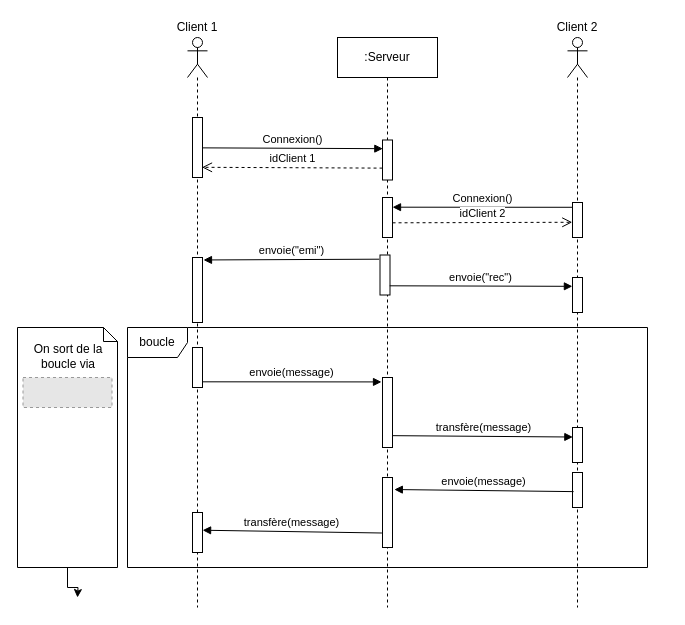
Before: Other/diagramme/Diagramme sequence.drawio in LaurenUnq/FAR---Projet, a draw.io diagram. Source tidied: cells renumbered, new cells numbered last; positions are measured from the earlier drawing's top-left corner, leaving out a move shared by most shapes. Both pictures are drawn from the tidied source at 100%, with x=0, y=0 at pixel (17, 17). Pictures stored in the file or linked from it are replaced by grey dashed boxes.
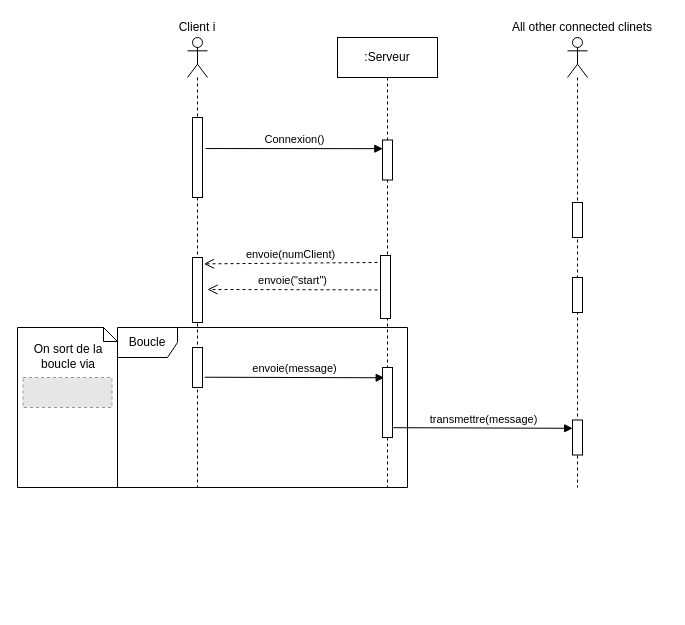
The same diagram, later.

Commit message (it also covers changes not shown here):
Modification diagrammes

Unchanged cells that the change refers to:
```xml
<mxCell id="3" style="html=1;points=[];perimeter=orthogonalPerimeter;" parent="2" vertex="1">
  <mxGeometry x="45" y="102.5" width="10" height="40" as="geometry" />
</mxCell>
<mxCell id="8" style="html=1;points=[];perimeter=orthogonalPerimeter;" parent="6" vertex="1">
  <mxGeometry x="5" y="220" width="10" height="65" as="geometry" />
</mxCell>
<mxCell id="10" style="html=1;points=[];perimeter=orthogonalPerimeter;" parent="9" vertex="1">
  <mxGeometry x="5" y="165" width="10" height="35" as="geometry" />
</mxCell>
<mxCell id="11" style="html=1;points=[];perimeter=orthogonalPerimeter;" parent="9" vertex="1">
  <mxGeometry x="5" y="240" width="10" height="35" as="geometry" />
</mxCell>
<mxCell id="19" style="html=1;points=[];perimeter=orthogonalPerimeter;" parent="1" vertex="1">
  <mxGeometry x="175" y="330" width="10" height="40" as="geometry" />
</mxCell>
```

Diff of the diagram source:
```diff
@@
     <mxCell id="2" value=":Serveur" style="shape=umlLifeline;perimeter=lifelinePerimeter;whiteSpace=wrap;html=1;" parent="1" vertex="1">
-      <mxGeometry x="320" y="20" width="100" height="570" as="geometry" />
+      <mxGeometry x="320" y="20" width="100" height="450" as="geometry" />
     </mxCell>
@@
-    <mxCell id="4" style="html=1;points=[];perimeter=orthogonalPerimeter;" parent="2" vertex="1">
-      <mxGeometry x="45" y="160" width="10" height="40" as="geometry" />
-    </mxCell>
     <mxCell id="5" style="html=1;points=[];perimeter=orthogonalPerimeter;" parent="2" vertex="1">
-      <mxGeometry x="42.5" y="217.5" width="10" height="40" as="geometry" />
+      <mxGeometry x="43" y="218" width="10" height="63" as="geometry" />
     </mxCell>
     <mxCell id="6" style="shape=umlLifeline;participant=umlActor;perimeter=lifelinePerimeter;whiteSpace=wrap;html=1;verticalAlign=top;spacingTop=36;labelBackgroundColor=#ffffff;" parent="1" vertex="1">
-      <mxGeometry x="170" y="20" width="20" height="570" as="geometry" />
+      <mxGeometry x="170" y="20" width="20" height="450" as="geometry" />
     </mxCell>
     <mxCell id="7" style="html=1;points=[];perimeter=orthogonalPerimeter;" parent="6" vertex="1">
-      <mxGeometry x="5" y="80" width="10" height="60" as="geometry" />
+      <mxGeometry x="5" y="80" width="10" height="80" as="geometry" />
     </mxCell>
@@
     <mxCell id="9" style="shape=umlLifeline;participant=umlActor;perimeter=lifelinePerimeter;whiteSpace=wrap;html=1;verticalAlign=top;spacingTop=36;labelBackgroundColor=#ffffff;" parent="1" vertex="1">
-      <mxGeometry x="550" y="20" width="20" height="570" as="geometry" />
+      <mxGeometry x="550" y="20" width="20" height="450" as="geometry" />
     </mxCell>
@@
-    <mxCell id="12" value="Connexion()" style="html=1;verticalAlign=bottom;endArrow=block;entryX=0.033;entryY=0.217;entryDx=0;entryDy=0;entryPerimeter=0;exitX=0.978;exitY=0.506;exitDx=0;exitDy=0;exitPerimeter=0;" parent="1" edge="1" source="7" target="3">
+    <mxCell id="12" value="Connexion()" style="html=1;verticalAlign=bottom;endArrow=block;entryX=0.033;entryY=0.217;entryDx=0;entryDy=0;entryPerimeter=0;exitX=1.3;exitY=0.388;exitDx=0;exitDy=0;exitPerimeter=0;" parent="1" edge="1" source="7" target="3">
       <mxGeometry relative="1" as="geometry" />
     </mxCell>
-    <mxCell id="13" value="idClient 1" style="html=1;verticalAlign=bottom;endArrow=open;dashed=1;endSize=8;exitX=0.006;exitY=0.703;exitDx=0;exitDy=0;exitPerimeter=0;entryX=0.95;entryY=0.83;entryDx=0;entryDy=0;entryPerimeter=0;" parent="1" edge="1" source="3" target="7">
-      <mxGeometry relative="1" as="geometry" />
-    </mxCell>
-    <mxCell id="14" value="Connexion()" style="html=1;verticalAlign=bottom;endArrow=block;exitX=0.006;exitY=0.137;exitDx=0;exitDy=0;exitPerimeter=0;entryX=1.003;entryY=0.242;entryDx=0;entryDy=0;entryPerimeter=0;" parent="1" edge="1" source="10" target="4">
-      <mxGeometry relative="1" as="geometry" />
-    </mxCell>
-    <mxCell id="15" value="idClient 2&lt;br&gt;" style="html=1;verticalAlign=bottom;endArrow=open;dashed=1;endSize=8;entryX=-0.022;entryY=0.565;entryDx=0;entryDy=0;entryPerimeter=0;exitX=1.006;exitY=0.633;exitDx=0;exitDy=0;exitPerimeter=0;" parent="1" edge="1" source="4" target="10">
-      <mxGeometry relative="1" as="geometry" />
-    </mxCell>
-    <mxCell id="16" value="envoie(&quot;rec&quot;)" style="html=1;verticalAlign=bottom;endArrow=block;exitX=0.971;exitY=0.77;exitDx=0;exitDy=0;exitPerimeter=0;entryX=-0.011;entryY=0.252;entryDx=0;entryDy=0;entryPerimeter=0;" parent="1" edge="1" source="5" target="11">
-      <mxGeometry relative="1" as="geometry" />
-    </mxCell>
-    <mxCell id="17" value="envoie(&quot;emi&quot;)" style="html=1;verticalAlign=bottom;endArrow=block;exitX=-0.077;exitY=0.105;exitDx=0;exitDy=0;exitPerimeter=0;entryX=1.1;entryY=0.038;entryDx=0;entryDy=0;entryPerimeter=0;" parent="1" edge="1" source="5" target="8">
-      <mxGeometry relative="1" as="geometry" />
-    </mxCell>
-    <mxCell id="18" value="boucle" style="shape=umlFrame;whiteSpace=wrap;html=1;" parent="1" vertex="1">
-      <mxGeometry x="110" y="310" width="520" height="240" as="geometry" />
-    </mxCell>
@@
-    <mxCell id="20" value="envoie(message)" style="html=1;verticalAlign=bottom;endArrow=block;exitX=1.033;exitY=0.858;exitDx=0;exitDy=0;exitPerimeter=0;entryX=-0.1;entryY=0.063;entryDx=0;entryDy=0;entryPerimeter=0;" parent="1" edge="1" source="19" target="21">
-      <mxGeometry relative="1" as="geometry" />
-    </mxCell>
     <mxCell id="21" style="html=1;points=[];perimeter=orthogonalPerimeter;" parent="1" vertex="1">
-      <mxGeometry x="365" y="360" width="10" height="70" as="geometry" />
+      <mxGeometry x="365" y="350" width="10" height="70" as="geometry" />
     </mxCell>
     <mxCell id="22" style="html=1;points=[];perimeter=orthogonalPerimeter;" parent="1" vertex="1">
-      <mxGeometry x="555" y="410" width="10" height="35" as="geometry" />
+      <mxGeometry x="555" y="402.5" width="10" height="35" as="geometry" />
     </mxCell>
-    <mxCell id="23" value="transfère(message)" style="html=1;verticalAlign=bottom;endArrow=block;exitX=1.051;exitY=0.831;exitDx=0;exitDy=0;exitPerimeter=0;entryX=0.033;entryY=0.272;entryDx=0;entryDy=0;entryPerimeter=0;" parent="1" edge="1" source="21" target="22">
-      <mxGeometry relative="1" as="geometry" />
-    </mxCell>
-    <mxCell id="24" style="html=1;points=[];perimeter=orthogonalPerimeter;" parent="1" vertex="1">
-      <mxGeometry x="555" y="455" width="10" height="35" as="geometry" />
-    </mxCell>
-    <mxCell id="25" style="html=1;points=[];perimeter=orthogonalPerimeter;" parent="1" vertex="1">
-      <mxGeometry x="365" y="460" width="10" height="70" as="geometry" />
-    </mxCell>
-    <mxCell id="26" style="html=1;points=[];perimeter=orthogonalPerimeter;" parent="1" vertex="1">
-      <mxGeometry x="175" y="495" width="10" height="40" as="geometry" />
-    </mxCell>
-    <mxCell id="27" value="envoie(message)" style="html=1;verticalAlign=bottom;endArrow=block;exitX=0.114;exitY=0.546;exitDx=0;exitDy=0;exitPerimeter=0;entryX=1.183;entryY=0.172;entryDx=0;entryDy=0;entryPerimeter=0;" parent="1" edge="1" source="24" target="25">
-      <mxGeometry relative="1" as="geometry" />
-    </mxCell>
-    <mxCell id="28" value="transfère(message)" style="html=1;verticalAlign=bottom;endArrow=block;exitX=-0.059;exitY=0.793;exitDx=0;exitDy=0;exitPerimeter=0;entryX=1.01;entryY=0.443;entryDx=0;entryDy=0;entryPerimeter=0;" parent="1" edge="1" source="25" target="26">
-      <mxGeometry relative="1" as="geometry" />
-    </mxCell>
-    <mxCell id="29" style="edgeStyle=orthogonalEdgeStyle;rounded=0;jettySize=auto;html=1;" parent="1" edge="1" source="30">
-      <mxGeometry relative="1" as="geometry">
-        <mxPoint x="60" y="580" as="targetPoint" />
-      </mxGeometry>
-    </mxCell>
     <mxCell id="30" value="&lt;div style=&quot;text-align: center&quot;&gt;&lt;span&gt;&lt;br&gt;&lt;/span&gt;&lt;/div&gt;&lt;div style=&quot;text-align: center&quot;&gt;&lt;span&gt;On sort de la boucle via&lt;/span&gt;&lt;/div&gt;" style="shape=note;whiteSpace=wrap;html=1;size=14;verticalAlign=top;align=left;spacingTop=-6;" parent="1" vertex="1">
-      <mxGeometry y="310" width="100" height="240" as="geometry" />
+      <mxGeometry y="310" width="100" height="160" as="geometry" />
     </mxCell>
-    <mxCell id="31" value="Client 1" style="text;html=1;strokeColor=none;fillColor=none;align=center;verticalAlign=middle;whiteSpace=wrap;rounded=0;" parent="1" vertex="1">
+    <mxCell id="31" value="Client i" style="text;html=1;strokeColor=none;fillColor=none;align=center;verticalAlign=middle;whiteSpace=wrap;rounded=0;" parent="1" vertex="1">
       <mxGeometry x="140" width="80" height="20" as="geometry" />
     </mxCell>
-    <mxCell id="32" value="Client 2&lt;br&gt;" style="text;html=1;strokeColor=none;fillColor=none;align=center;verticalAlign=middle;whiteSpace=wrap;rounded=0;" parent="1" vertex="1">
-      <mxGeometry x="520" width="80" height="20" as="geometry" />
+    <mxCell id="32" value="All other connected clinets&lt;br&gt;" style="text;html=1;strokeColor=none;fillColor=none;align=center;verticalAlign=middle;whiteSpace=wrap;rounded=0;" parent="1" vertex="1">
+      <mxGeometry x="480" width="170" height="20" as="geometry" />
     </mxCell>
@@
+    <mxCell id="34" value="envoie(numClient)" style="html=1;verticalAlign=bottom;endArrow=open;dashed=1;endSize=8;exitX=-0.3;exitY=0.111;exitDx=0;exitDy=0;exitPerimeter=0;entryX=1.148;entryY=0.098;entryDx=0;entryDy=0;entryPerimeter=0;" parent="1" edge="1" source="5" target="8">
+      <mxGeometry relative="1" as="geometry" />
+    </mxCell>
+    <mxCell id="35" value="envoie(&quot;start&quot;)" style="html=1;verticalAlign=bottom;endArrow=open;dashed=1;endSize=8;exitX=-0.3;exitY=0.546;exitDx=0;exitDy=0;exitPerimeter=0;entryX=1.5;entryY=0.492;entryDx=0;entryDy=0;entryPerimeter=0;" parent="1" edge="1" source="5" target="8">
+      <mxGeometry relative="1" as="geometry" />
+    </mxCell>
+    <mxCell id="20" value="envoie(message)" style="html=1;verticalAlign=bottom;endArrow=block;entryX=0.171;entryY=0.147;entryDx=0;entryDy=0;entryPerimeter=0;exitX=1.229;exitY=0.743;exitDx=0;exitDy=0;exitPerimeter=0;" parent="1" edge="1" source="19" target="21">
+      <mxGeometry relative="1" as="geometry" />
+    </mxCell>
+    <mxCell id="36" value="transmettre(message)" style="html=1;verticalAlign=bottom;endArrow=block;entryX=0.171;entryY=0.147;entryDx=0;entryDy=0;entryPerimeter=0;exitX=1.229;exitY=0.743;exitDx=0;exitDy=0;exitPerimeter=0;" parent="1" edge="1">
+      <mxGeometry relative="1" as="geometry">
+        <mxPoint x="375.8" y="410.2" as="sourcePoint" />
+        <mxPoint x="555.2" y="410.8" as="targetPoint" />
+      </mxGeometry>
+    </mxCell>
+    <mxCell id="37" value="Boucle" style="shape=umlFrame;whiteSpace=wrap;html=1;" parent="1" vertex="1">
+      <mxGeometry x="100" y="310" width="290" height="160" as="geometry" />
+    </mxCell>
```
